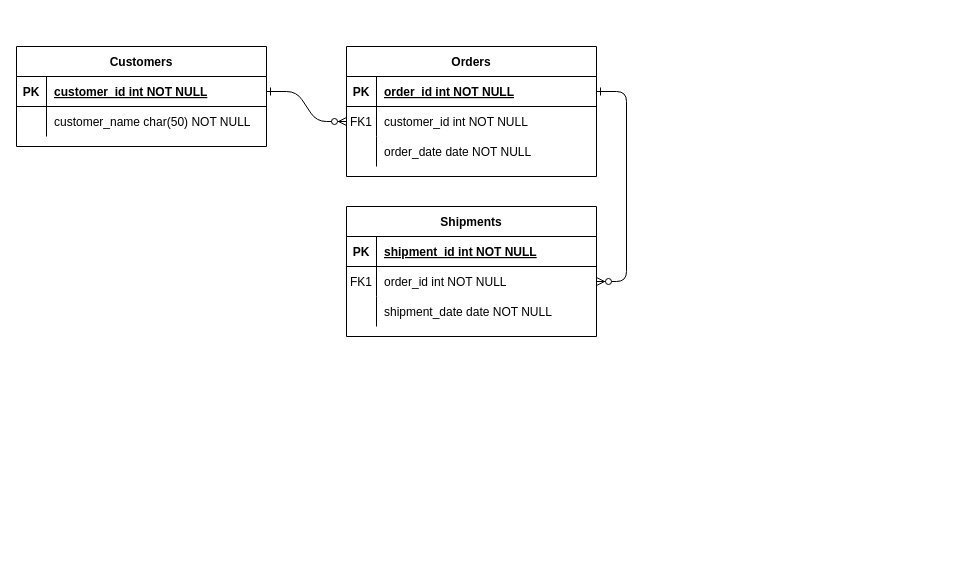
Earlier version of the draw.io diagram Untitled Diagram.drawio (HeonchanKim/TIL). Source tidied: cells renumbered, new cells numbered last; positions are measured from the earlier drawing's top-left corner, leaving out a move shared by most shapes. Both pictures are drawn from the tidied source at 100%, with x=0, y=0 at pixel (16, 46).
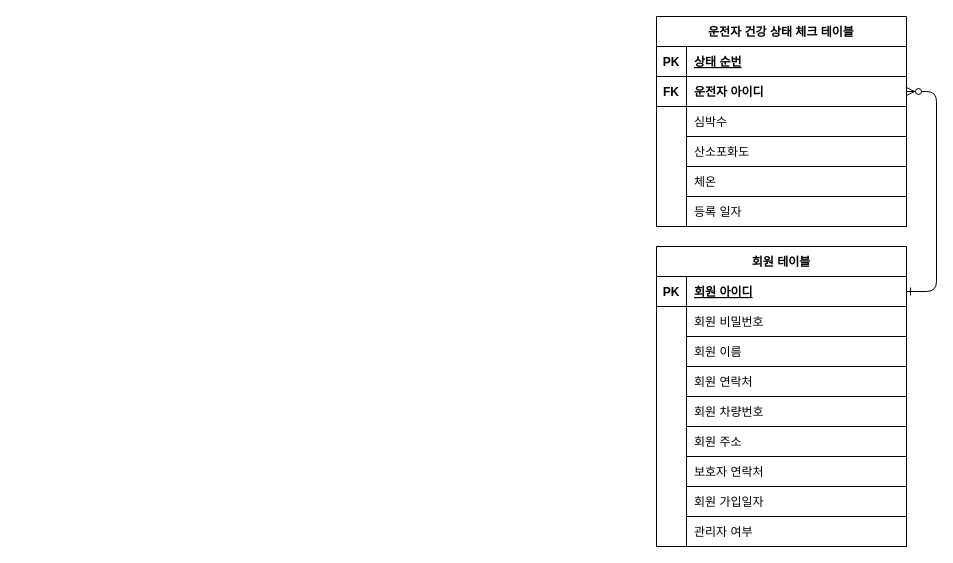
After the change.

The change refers to these unchanged cells:
```xml
<mxCell id="5" style="shape=partialRectangle;fillColor=none;points=[[0,0.5],[1,0.5]];portConstraint=eastwest;top=0;left=0;right=0;bottom=1;" parent="4" vertex="1">
  <mxGeometry y="30" width="250" height="30" as="geometry" />
</mxCell>
<mxCell id="8" style="shape=partialRectangle;fillColor=none;points=[[0,0.5],[1,0.5]];portConstraint=eastwest;top=0;left=0;right=0;bottom=0;" parent="4" vertex="1">
  <mxGeometry y="60" width="250" height="30" as="geometry" />
</mxCell>
<mxCell id="11" style="shape=partialRectangle;fillColor=none;top=0;left=0;right=0;bottom=0;" parent="4" vertex="1">
  <mxGeometry y="90" width="250" height="30" as="geometry" />
</mxCell>
<mxCell id="25" style="shape=partialRectangle;fillColor=none;points=[[0,0.5],[1,0.5]];portConstraint=eastwest;top=0;left=0;right=0;bottom=1;" parent="24" vertex="1">
  <mxGeometry y="30" width="250" height="30" as="geometry" />
</mxCell>
<mxCell id="28" style="shape=partialRectangle;fillColor=none;top=0;left=0;right=0;bottom=0;" parent="24" vertex="1">
  <mxGeometry y="60" width="250" height="30" as="geometry" />
</mxCell>
```

Change to the diagram source:
```diff
@@
-    <mxCell id="3" style="edgeStyle=entityRelationEdgeStyle;endArrow=ERzeroToMany;startArrow=ERone;endFill=1;startFill=0;" parent="1" edge="1" source="5" target="18">
-      <mxGeometry relative="1" as="geometry" />
-    </mxCell>
-    <mxCell id="4" value="Orders" style="shape=table;startSize=30;childLayout=tableLayout;rowLines=0;fontStyle=1;align=center;" parent="1" vertex="1">
-      <mxGeometry x="330" width="250" height="130" as="geometry" />
+    <mxCell id="4" value="운전자 건강 상태 체크 테이블" style="shape=table;startSize=30;childLayout=tableLayout;rowLines=0;fontStyle=1;align=center;" parent="1" vertex="1">
+      <mxGeometry x="640" y="-30" width="250" height="210" as="geometry" />
     </mxCell>
@@
-    <mxCell id="7" value="order_id int NOT NULL " style="shape=partialRectangle;overflow=hidden;fillColor=none;top=0;left=0;bottom=0;right=0;align=left;spacingLeft=6;fontStyle=5;" parent="5" vertex="1">
+    <mxCell id="7" value="상태 순번" style="shape=partialRectangle;overflow=hidden;fillColor=none;top=0;left=0;bottom=0;right=0;align=left;spacingLeft=6;fontStyle=5;" parent="5" vertex="1">
       <mxGeometry x="30" width="220" height="30" as="geometry" />
     </mxCell>
@@
-    <mxCell id="9" value="FK1" style="shape=partialRectangle;overflow=hidden;fillColor=none;top=0;left=0;bottom=0;right=0;" parent="8" vertex="1">
+    <mxCell id="9" value="FK" style="shape=partialRectangle;overflow=hidden;fillColor=none;top=0;left=0;bottom=1;right=0;fontStyle=1;" parent="8" vertex="1">
       <mxGeometry width="30" height="30" as="geometry" />
     </mxCell>
-    <mxCell id="10" value="customer_id int NOT NULL" style="shape=partialRectangle;overflow=hidden;fillColor=none;top=0;left=0;bottom=0;right=0;align=left;spacingLeft=6;" parent="8" vertex="1">
+    <mxCell id="10" value="운전자 아이디" style="shape=partialRectangle;overflow=hidden;fillColor=none;top=0;left=0;bottom=1;right=0;align=left;spacingLeft=6;fontStyle=1;" parent="8" vertex="1">
       <mxGeometry x="30" width="220" height="30" as="geometry" />
     </mxCell>
@@
-    <mxCell id="13" value="order_date date NOT NULL" style="shape=partialRectangle;overflow=hidden;fillColor=none;top=0;left=0;bottom=0;right=0;align=left;spacingLeft=6;" parent="11" vertex="1">
+    <mxCell id="13" value="심박수" style="shape=partialRectangle;overflow=hidden;fillColor=none;top=0;left=0;bottom=1;right=0;align=left;spacingLeft=6;" parent="11" vertex="1">
       <mxGeometry x="30" width="220" height="30" as="geometry" />
     </mxCell>
-    <mxCell id="14" value="Shipments" style="shape=table;startSize=30;childLayout=tableLayout;rowLines=0;fontStyle=1;align=center;" parent="1" vertex="1">
-      <mxGeometry x="330" y="160" width="250" height="130" as="geometry" />
-    </mxCell>
-    <mxCell id="15" style="shape=partialRectangle;fillColor=none;top=0;left=0;right=0;bottom=1;" parent="14" vertex="1">
-      <mxGeometry y="30" width="250" height="30" as="geometry" />
-    </mxCell>
-    <mxCell id="16" value="PK" style="shape=partialRectangle;overflow=hidden;fillColor=none;top=0;left=0;bottom=0;right=0;fontStyle=1;" parent="15" vertex="1">
-      <mxGeometry width="30" height="30" as="geometry" />
-    </mxCell>
-    <mxCell id="17" value="shipment_id int NOT NULL " style="shape=partialRectangle;overflow=hidden;fillColor=none;top=0;left=0;bottom=0;right=0;align=left;spacingLeft=6;fontStyle=5;" parent="15" vertex="1">
-      <mxGeometry x="30" width="220" height="30" as="geometry" />
-    </mxCell>
-    <mxCell id="18" style="shape=partialRectangle;fillColor=none;points=[[0,0.5],[1,0.5]];portConstraint=eastwest;top=0;left=0;right=0;bottom=0;" parent="14" vertex="1">
-      <mxGeometry y="60" width="250" height="30" as="geometry" />
-    </mxCell>
-    <mxCell id="19" value="FK1" style="shape=partialRectangle;overflow=hidden;fillColor=none;top=0;left=0;bottom=0;right=0;" parent="18" vertex="1">
-      <mxGeometry width="30" height="30" as="geometry" />
-    </mxCell>
-    <mxCell id="20" value="order_id int NOT NULL" style="shape=partialRectangle;overflow=hidden;fillColor=none;top=0;left=0;bottom=0;right=0;align=left;spacingLeft=6;" parent="18" vertex="1">
-      <mxGeometry x="30" width="220" height="30" as="geometry" />
-    </mxCell>
-    <mxCell id="21" style="shape=partialRectangle;fillColor=none;top=0;left=0;right=0;bottom=0;" parent="14" vertex="1">
-      <mxGeometry y="90" width="250" height="30" as="geometry" />
-    </mxCell>
-    <mxCell id="22" style="shape=partialRectangle;overflow=hidden;fillColor=none;top=0;left=0;bottom=0;right=0;" parent="21" vertex="1">
-      <mxGeometry width="30" height="30" as="geometry" />
-    </mxCell>
-    <mxCell id="23" value="shipment_date date NOT NULL" style="shape=partialRectangle;overflow=hidden;fillColor=none;top=0;left=0;bottom=0;right=0;align=left;spacingLeft=6;" parent="21" vertex="1">
-      <mxGeometry x="30" width="220" height="30" as="geometry" />
-    </mxCell>
+    <mxCell id="31" style="shape=partialRectangle;fillColor=none;top=0;left=0;right=0;bottom=0;" parent="4" vertex="1">
+      <mxGeometry y="120" width="250" height="30" as="geometry" />
+    </mxCell>
+    <mxCell id="32" style="shape=partialRectangle;overflow=hidden;fillColor=none;top=0;left=0;bottom=0;right=0;" parent="31" vertex="1">
+      <mxGeometry width="30" height="30" as="geometry" />
+    </mxCell>
+    <mxCell id="33" value="산소포화도" style="shape=partialRectangle;overflow=hidden;fillColor=none;top=0;left=0;bottom=1;right=0;align=left;spacingLeft=6;" parent="31" vertex="1">
+      <mxGeometry x="30" width="220" height="30" as="geometry" />
+    </mxCell>
+    <mxCell id="34" style="shape=partialRectangle;fillColor=none;top=0;left=0;right=0;bottom=0;" parent="4" vertex="1">
+      <mxGeometry y="150" width="250" height="30" as="geometry" />
+    </mxCell>
+    <mxCell id="35" style="shape=partialRectangle;overflow=hidden;fillColor=none;top=0;left=0;bottom=0;right=0;" parent="34" vertex="1">
+      <mxGeometry width="30" height="30" as="geometry" />
+    </mxCell>
+    <mxCell id="36" value="체온" style="shape=partialRectangle;overflow=hidden;fillColor=none;top=0;left=0;bottom=1;right=0;align=left;spacingLeft=6;" parent="34" vertex="1">
+      <mxGeometry x="30" width="220" height="30" as="geometry" />
+    </mxCell>
+    <mxCell id="37" style="shape=partialRectangle;fillColor=none;top=0;left=0;right=0;bottom=0;" parent="4" vertex="1">
+      <mxGeometry y="180" width="250" height="30" as="geometry" />
+    </mxCell>
+    <mxCell id="38" style="shape=partialRectangle;overflow=hidden;fillColor=none;top=0;left=0;bottom=0;right=0;" parent="37" vertex="1">
+      <mxGeometry width="30" height="30" as="geometry" />
+    </mxCell>
+    <mxCell id="39" value="등록 일자" style="shape=partialRectangle;overflow=hidden;fillColor=none;top=0;left=0;bottom=1;right=0;align=left;spacingLeft=6;" parent="37" vertex="1">
+      <mxGeometry x="30" width="220" height="30" as="geometry" />
+    </mxCell>
-    <mxCell id="24" value="Customers" style="shape=table;startSize=30;childLayout=tableLayout;rowLines=0;fontStyle=1;align=center;" parent="1" vertex="1">
-      <mxGeometry width="250" height="100" as="geometry" />
+    <mxCell id="24" value="회원 테이블" style="shape=table;startSize=30;childLayout=tableLayout;rowLines=0;fontStyle=1;align=center;" parent="1" vertex="1">
+      <mxGeometry x="640" y="200" width="250" height="300" as="geometry" />
     </mxCell>
@@
-    <mxCell id="27" value="customer_id int NOT NULL " style="shape=partialRectangle;overflow=hidden;fillColor=none;top=0;left=0;bottom=0;right=0;align=left;spacingLeft=6;fontStyle=5;" parent="25" vertex="1">
+    <mxCell id="27" value="회원 아이디" style="shape=partialRectangle;overflow=hidden;fillColor=none;top=0;left=0;bottom=0;right=0;align=left;spacingLeft=6;fontStyle=5;" parent="25" vertex="1">
       <mxGeometry x="30" width="220" height="30" as="geometry" />
     </mxCell>
@@
-    <mxCell id="29" style="shape=partialRectangle;overflow=hidden;fillColor=none;top=0;left=0;bottom=0;right=0;" parent="28" vertex="1">
+    <mxCell id="29" style="shape=partialRectangle;overflow=hidden;fillColor=none;top=0;left=0;bottom=0;right=0;perimeterSpacing=0;" parent="28" vertex="1">
       <mxGeometry width="30" height="30" as="geometry" />
     </mxCell>
-    <mxCell id="30" value="customer_name char(50) NOT NULL" style="shape=partialRectangle;overflow=hidden;fillColor=none;top=0;left=0;bottom=0;right=0;align=left;spacingLeft=6;" parent="28" vertex="1">
+    <mxCell id="30" value="회원 비밀번호" style="shape=partialRectangle;overflow=hidden;fillColor=none;top=0;left=0;bottom=1;right=0;align=left;spacingLeft=6;strokeWidth=1;strokeColor=default;" parent="28" vertex="1">
       <mxGeometry x="30" width="220" height="30" as="geometry" />
     </mxCell>
+    <mxCell id="21" style="shape=partialRectangle;fillColor=none;top=0;left=0;right=0;bottom=0;" parent="24" vertex="1">
+      <mxGeometry y="90" width="250" height="30" as="geometry" />
+    </mxCell>
+    <mxCell id="40" style="shape=partialRectangle;overflow=hidden;fillColor=none;top=0;left=0;bottom=0;right=0;" parent="21" vertex="1">
+      <mxGeometry width="30" height="30" as="geometry" />
+    </mxCell>
+    <mxCell id="41" value="회원 이름" style="shape=partialRectangle;overflow=hidden;fillColor=none;top=0;left=0;bottom=1;right=0;align=left;spacingLeft=6;" parent="21" vertex="1">
+      <mxGeometry x="30" width="220" height="30" as="geometry" />
+    </mxCell>
+    <mxCell id="42" style="shape=partialRectangle;fillColor=none;top=0;left=0;right=0;bottom=0;" parent="24" vertex="1">
+      <mxGeometry y="120" width="250" height="30" as="geometry" />
+    </mxCell>
+    <mxCell id="43" style="shape=partialRectangle;overflow=hidden;fillColor=none;top=0;left=0;bottom=0;right=0;" parent="42" vertex="1">
+      <mxGeometry width="30" height="30" as="geometry" />
+    </mxCell>
+    <mxCell id="44" value="회원 연락처" style="shape=partialRectangle;overflow=hidden;fillColor=none;top=0;left=0;bottom=1;right=0;align=left;spacingLeft=6;" parent="42" vertex="1">
+      <mxGeometry x="30" width="220" height="30" as="geometry" />
+    </mxCell>
+    <mxCell id="45" style="shape=partialRectangle;fillColor=none;top=0;left=0;right=0;bottom=0;" parent="24" vertex="1">
+      <mxGeometry y="150" width="250" height="30" as="geometry" />
+    </mxCell>
+    <mxCell id="46" style="shape=partialRectangle;overflow=hidden;fillColor=none;top=0;left=0;bottom=0;right=0;" parent="45" vertex="1">
+      <mxGeometry width="30" height="30" as="geometry" />
+    </mxCell>
+    <mxCell id="47" value="회원 차량번호" style="shape=partialRectangle;overflow=hidden;fillColor=none;top=0;left=0;bottom=1;right=0;align=left;spacingLeft=6;" parent="45" vertex="1">
+      <mxGeometry x="30" width="220" height="30" as="geometry" />
+    </mxCell>
+    <mxCell id="48" style="shape=partialRectangle;fillColor=none;top=0;left=0;right=0;bottom=0;" parent="24" vertex="1">
+      <mxGeometry y="180" width="250" height="30" as="geometry" />
+    </mxCell>
+    <mxCell id="49" style="shape=partialRectangle;overflow=hidden;fillColor=none;top=0;left=0;bottom=0;right=0;" parent="48" vertex="1">
+      <mxGeometry width="30" height="30" as="geometry" />
+    </mxCell>
+    <mxCell id="50" value="회원 주소" style="shape=partialRectangle;overflow=hidden;fillColor=none;top=0;left=0;bottom=1;right=0;align=left;spacingLeft=6;" parent="48" vertex="1">
+      <mxGeometry x="30" width="220" height="30" as="geometry" />
+    </mxCell>
+    <mxCell id="51" style="shape=partialRectangle;fillColor=none;top=0;left=0;right=0;bottom=0;" parent="24" vertex="1">
+      <mxGeometry y="210" width="250" height="30" as="geometry" />
+    </mxCell>
+    <mxCell id="52" style="shape=partialRectangle;overflow=hidden;fillColor=none;top=0;left=0;bottom=0;right=0;" parent="51" vertex="1">
+      <mxGeometry width="30" height="30" as="geometry" />
+    </mxCell>
+    <mxCell id="53" value="보호자 연락처" style="shape=partialRectangle;overflow=hidden;fillColor=none;top=0;left=0;bottom=1;right=0;align=left;spacingLeft=6;" parent="51" vertex="1">
+      <mxGeometry x="30" width="220" height="30" as="geometry" />
+    </mxCell>
+    <mxCell id="54" style="shape=partialRectangle;fillColor=none;top=0;left=0;right=0;bottom=0;" parent="24" vertex="1">
+      <mxGeometry y="240" width="250" height="30" as="geometry" />
+    </mxCell>
+    <mxCell id="55" style="shape=partialRectangle;overflow=hidden;fillColor=none;top=0;left=0;bottom=0;right=0;" parent="54" vertex="1">
+      <mxGeometry width="30" height="30" as="geometry" />
+    </mxCell>
+    <mxCell id="56" value="회원 가입일자" style="shape=partialRectangle;overflow=hidden;fillColor=none;top=0;left=0;bottom=1;right=0;align=left;spacingLeft=6;" parent="54" vertex="1">
+      <mxGeometry x="30" width="220" height="30" as="geometry" />
+    </mxCell>
+    <mxCell id="57" style="shape=partialRectangle;fillColor=none;top=0;left=0;right=0;bottom=0;" parent="24" vertex="1">
+      <mxGeometry y="270" width="250" height="30" as="geometry" />
+    </mxCell>
+    <mxCell id="58" style="shape=partialRectangle;overflow=hidden;fillColor=none;top=0;left=0;bottom=0;right=0;" parent="57" vertex="1">
+      <mxGeometry width="30" height="30" as="geometry" />
+    </mxCell>
+    <mxCell id="59" value="관리자 여부" style="shape=partialRectangle;overflow=hidden;fillColor=none;top=0;left=0;bottom=1;right=0;align=left;spacingLeft=6;" parent="57" vertex="1">
+      <mxGeometry x="30" width="220" height="30" as="geometry" />
+    </mxCell>
```
